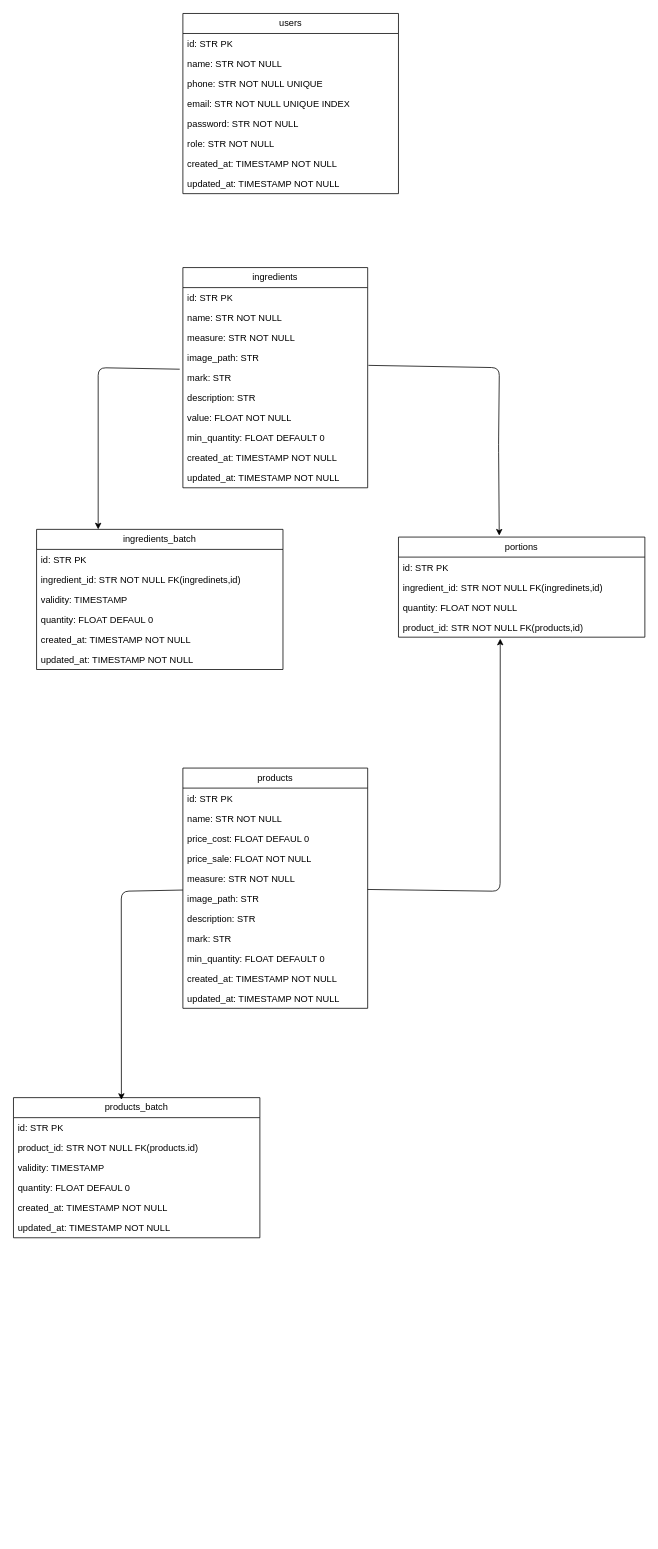
Earlier version of the draw.io diagram page "der" (1 of 2) of docs/db.drawio (mauriciobenjamin700/bakery-system-api). Source tidied: cells renumbered, new cells numbered last; positions are measured from the earlier drawing's top-left corner, leaving out a move shared by most shapes. Both pictures are drawn from the tidied source at 77%, with x=0, y=0 at pixel (13, 13).
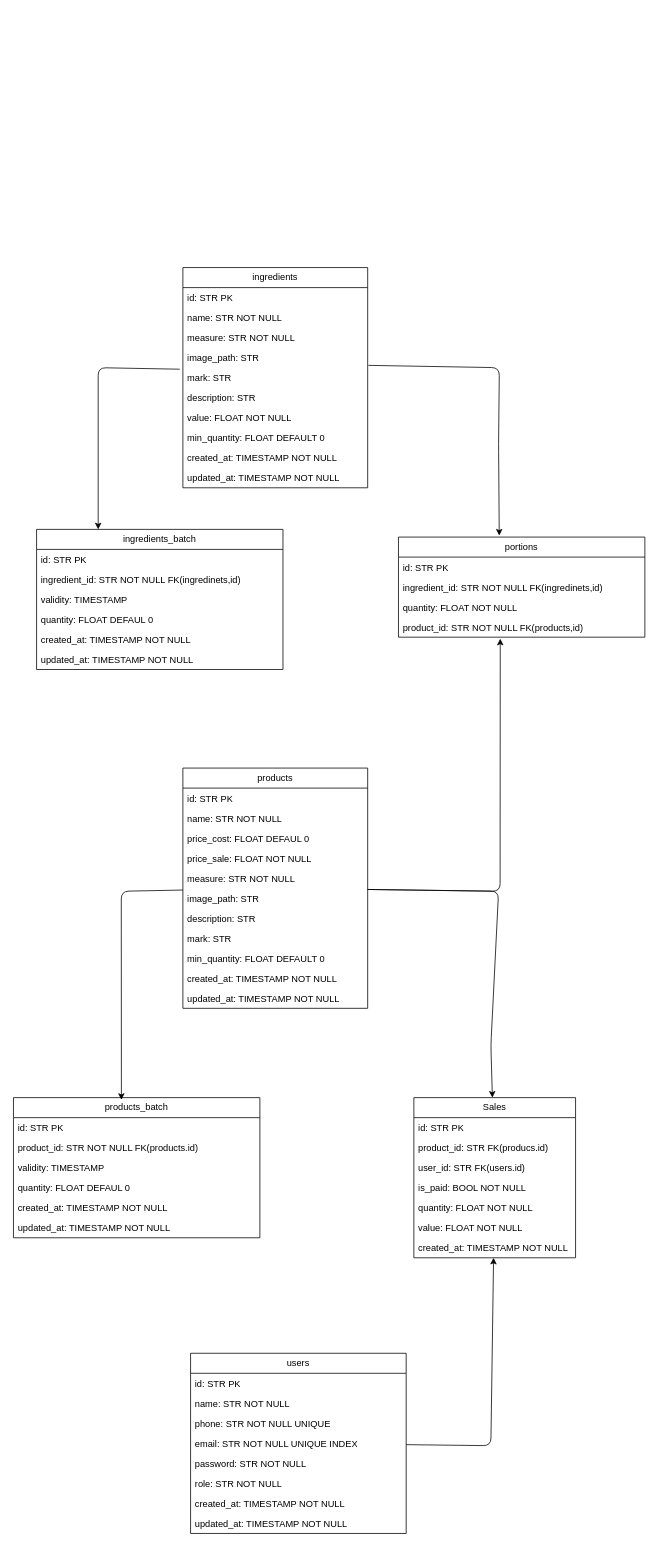
After the change.

Commit message (it also covers changes not shown here):
feat: sale schemas and model

The change refers to these unchanged cells:
```xml
<mxCell id="38" value="products" style="swimlane;fontStyle=0;horizontal=1;startSize=26;fillColor=none;whiteSpace=wrap;html=1;" parent="1" vertex="1">
  <mxGeometry x="220" y="980" width="240" height="312" as="geometry" />
</mxCell>
```

Change to the diagram source:
```diff
@@
+    <mxCell id="57" style="edgeStyle=none;html=1;" parent="1" edge="1" source="2" target="59">
+      <mxGeometry relative="1" as="geometry">
+        <Array as="points">
+          <mxPoint x="620" y="1860" />
+        </Array>
+      </mxGeometry>
+    </mxCell>
     <mxCell id="2" value="users" style="swimlane;fontStyle=0;horizontal=1;startSize=26;fillColor=none;whiteSpace=wrap;html=1;" parent="1" vertex="1">
-      <mxGeometry x="220" width="280" height="234" as="geometry" />
+      <mxGeometry x="230" y="1740" width="280" height="234" as="geometry" />
     </mxCell>
@@
+    <mxCell id="58" style="edgeStyle=none;html=1;" parent="1" edge="1" source="38" target="59">
+      <mxGeometry relative="1" as="geometry">
+        <Array as="points">
+          <mxPoint x="630" y="1140" />
+          <mxPoint x="620" y="1340" />
+        </Array>
+      </mxGeometry>
+    </mxCell>
@@
+    <mxCell id="59" value="Sales" style="swimlane;fontStyle=0;horizontal=1;startSize=26;fillColor=none;whiteSpace=wrap;html=1;" parent="1" vertex="1">
+      <mxGeometry x="520" y="1408" width="210" height="208" as="geometry" />
+    </mxCell>
+    <mxCell id="60" value="id: STR PK" style="text;strokeColor=none;fillColor=none;align=left;verticalAlign=top;spacingLeft=4;spacingRight=4;overflow=hidden;whiteSpace=wrap;html=1;" parent="59" vertex="1">
+      <mxGeometry y="26" width="210" height="26" as="geometry" />
+    </mxCell>
+    <mxCell id="61" value="product_id: STR FK(producs.id)" style="text;strokeColor=none;fillColor=none;align=left;verticalAlign=top;spacingLeft=4;spacingRight=4;overflow=hidden;whiteSpace=wrap;html=1;" parent="59" vertex="1">
+      <mxGeometry y="52" width="210" height="26" as="geometry" />
+    </mxCell>
+    <mxCell id="62" value="user_id: STR FK(users.id)" style="text;strokeColor=none;fillColor=none;align=left;verticalAlign=top;spacingLeft=4;spacingRight=4;overflow=hidden;whiteSpace=wrap;html=1;" parent="59" vertex="1">
+      <mxGeometry y="78" width="210" height="26" as="geometry" />
+    </mxCell>
+    <mxCell id="63" value="is_paid: BOOL NOT NULL" style="text;strokeColor=none;fillColor=none;align=left;verticalAlign=top;spacingLeft=4;spacingRight=4;overflow=hidden;whiteSpace=wrap;html=1;" parent="59" vertex="1">
+      <mxGeometry y="104" width="210" height="26" as="geometry" />
+    </mxCell>
+    <mxCell id="64" value="quantity: FLOAT NOT NULL" style="text;strokeColor=none;fillColor=none;align=left;verticalAlign=top;spacingLeft=4;spacingRight=4;overflow=hidden;whiteSpace=wrap;html=1;" parent="59" vertex="1">
+      <mxGeometry y="130" width="210" height="26" as="geometry" />
+    </mxCell>
+    <mxCell id="65" value="value: FLOAT NOT NULL" style="text;strokeColor=none;fillColor=none;align=left;verticalAlign=top;spacingLeft=4;spacingRight=4;overflow=hidden;whiteSpace=wrap;html=1;" parent="59" vertex="1">
+      <mxGeometry y="156" width="210" height="26" as="geometry" />
+    </mxCell>
+    <mxCell id="66" value="created_at: TIMESTAMP NOT NULL" style="text;strokeColor=none;fillColor=none;align=left;verticalAlign=top;spacingLeft=4;spacingRight=4;overflow=hidden;whiteSpace=wrap;html=1;" parent="59" vertex="1">
+      <mxGeometry y="182" width="210" height="26" as="geometry" />
+    </mxCell>
```
